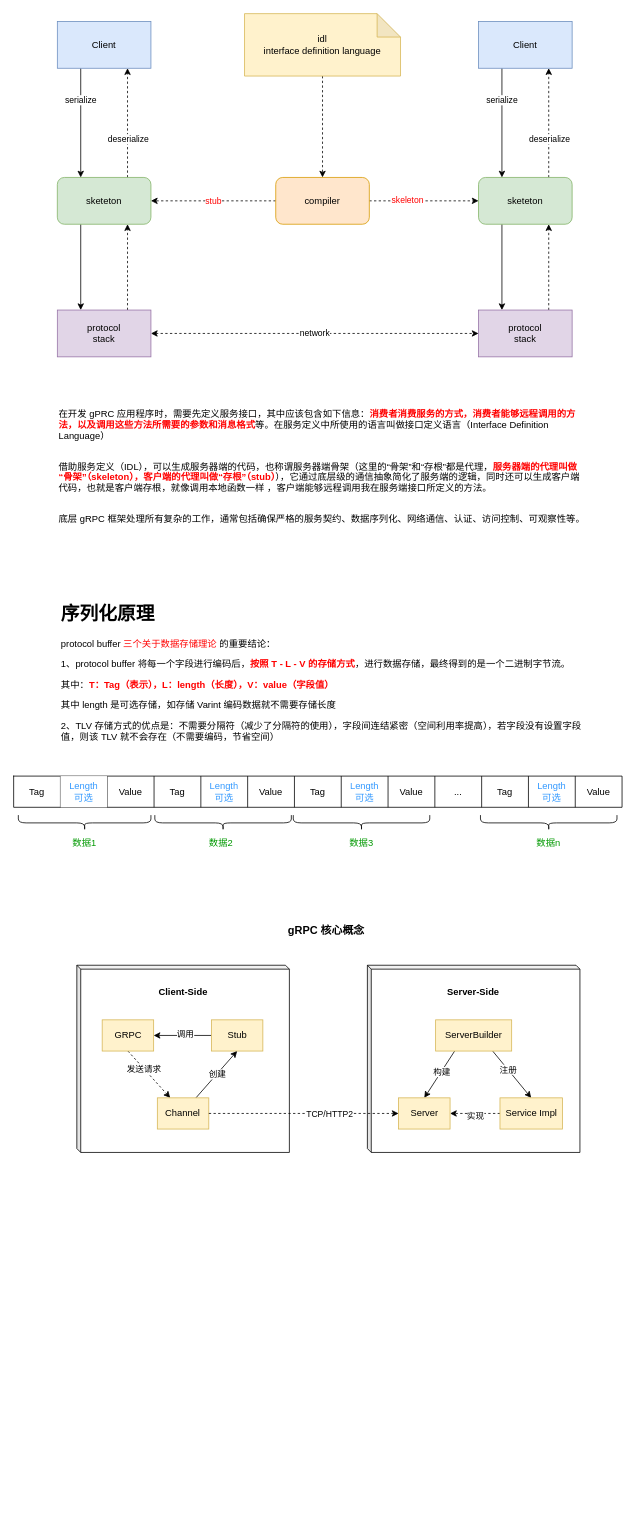
The draw.io diagram other/protobuf.drawio in thebesteric/draw.io, before the edit. Source tidied: cells renumbered, new cells numbered last; positions are measured from the earlier drawing's top-left corner, leaving out a move shared by most shapes. Both pictures are drawn from the tidied source at 78%, with x=0, y=0 at pixel (13, 13).
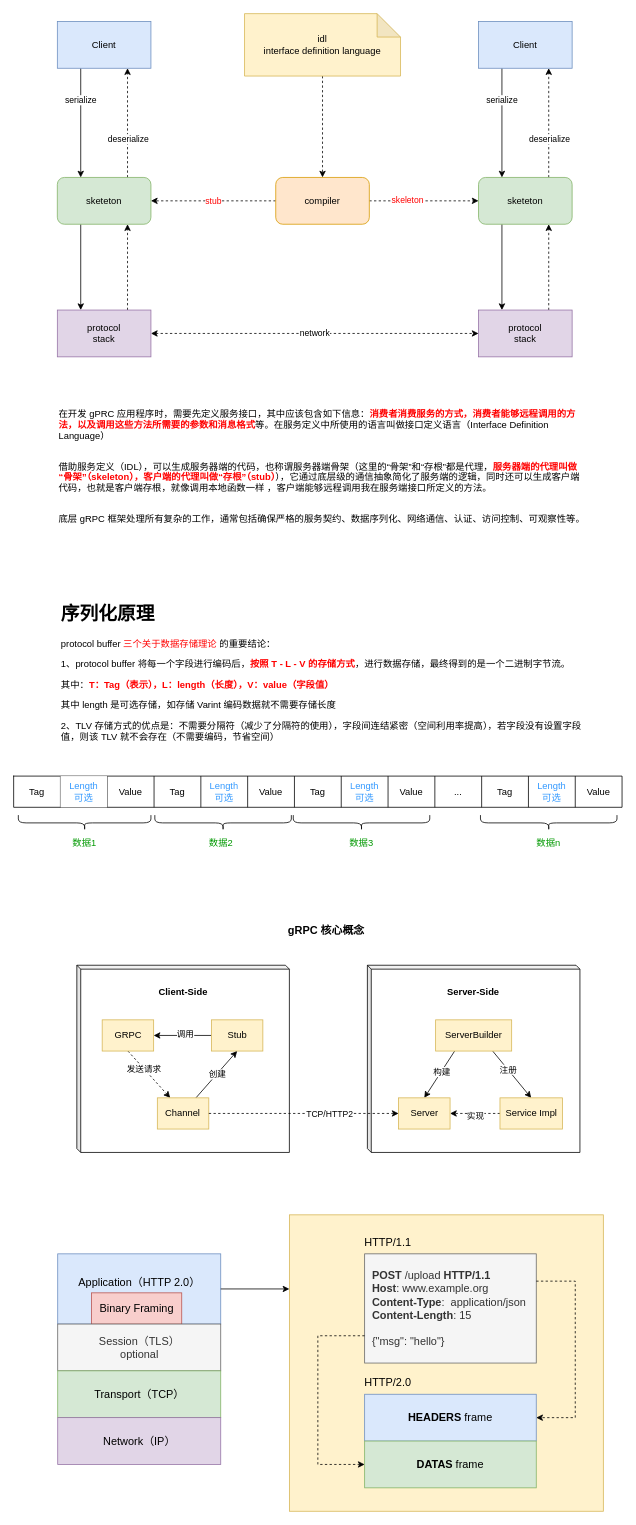
The same page after the edit.

Change to the diagram source:
```diff
@@
+    <mxCell id="79" style="group;" parent="1" vertex="1">
+      <mxGeometry x="56.5" y="1540" width="699.5" height="380" as="geometry" />
+    </mxCell>
+    <mxCell id="80" value="Application（HTTP 2.0）&lt;br&gt;&lt;br&gt;" style="rounded=0;whiteSpace=wrap;html=1;labelBackgroundColor=none;labelBorderColor=none;fontSize=14;fillColor=#dae8fc;strokeColor=#6c8ebf;" parent="79" vertex="1">
+      <mxGeometry y="50" width="209" height="90" as="geometry" />
+    </mxCell>
+    <mxCell id="81" value="Binary Framing" style="rounded=0;whiteSpace=wrap;html=1;labelBackgroundColor=none;labelBorderColor=none;fontSize=14;fillColor=#f8cecc;strokeColor=#b85450;" parent="79" vertex="1">
+      <mxGeometry x="43.2" y="100" width="115.8" height="40" as="geometry" />
+    </mxCell>
+    <mxCell id="82" value="Session（TLS）&lt;br&gt;optional" style="rounded=0;whiteSpace=wrap;html=1;labelBackgroundColor=none;labelBorderColor=none;fontSize=14;fontColor=#333333;fillColor=#f5f5f5;strokeColor=#666666;" parent="79" vertex="1">
+      <mxGeometry y="140" width="209" height="60" as="geometry" />
+    </mxCell>
+    <mxCell id="83" value="Transport（TCP）" style="rounded=0;whiteSpace=wrap;html=1;labelBackgroundColor=none;labelBorderColor=none;fontSize=14;fillColor=#d5e8d4;strokeColor=#82b366;" parent="79" vertex="1">
+      <mxGeometry y="200" width="209" height="60" as="geometry" />
+    </mxCell>
+    <mxCell id="84" value="Network（IP）" style="rounded=0;whiteSpace=wrap;html=1;labelBackgroundColor=none;labelBorderColor=none;fontSize=14;fillColor=#e1d5e7;strokeColor=#9673a6;" parent="79" vertex="1">
+      <mxGeometry y="260" width="209" height="60" as="geometry" />
+    </mxCell>
+    <mxCell id="85" style="rounded=0;whiteSpace=wrap;html=1;labelBackgroundColor=none;labelBorderColor=none;fontSize=14;fillColor=#fff2cc;strokeColor=#d6b656;" parent="79" vertex="1">
+      <mxGeometry x="297" width="402.5" height="380" as="geometry" />
+    </mxCell>
+    <mxCell id="86" style="edgeStyle=orthogonalEdgeStyle;rounded=0;jettySize=auto;html=1;exitX=1;exitY=0.5;exitDx=0;exitDy=0;entryX=0;entryY=0.25;entryDx=0;entryDy=0;fontSize=14;fontColor=#000000;" parent="79" edge="1" source="80" target="85">
+      <mxGeometry relative="1" as="geometry" />
+    </mxCell>
+    <mxCell id="87" value="&amp;nbsp; &lt;b&gt;POST&lt;/b&gt; /upload &lt;b&gt;HTTP/1.1&lt;/b&gt;&lt;br&gt;&amp;nbsp; &lt;b&gt;Host&lt;/b&gt;: www.example.org&lt;br&gt;&amp;nbsp; &lt;b&gt;Content-Type&lt;/b&gt;:&amp;nbsp; application/json&lt;br&gt;&amp;nbsp; &lt;b&gt;Content-Length&lt;/b&gt;: 15&lt;br&gt;&lt;br&gt;&amp;nbsp; {&quot;msg&quot;: &quot;hello&quot;}" style="rounded=0;whiteSpace=wrap;html=1;labelBackgroundColor=none;labelBorderColor=none;fontSize=14;fontColor=#333333;align=left;fillColor=#f5f5f5;strokeColor=#666666;" parent="79" vertex="1">
+      <mxGeometry x="393.5" y="50" width="220" height="140" as="geometry" />
+    </mxCell>
+    <mxCell id="88" value="&lt;b&gt;HEADERS&lt;/b&gt; frame" style="rounded=0;whiteSpace=wrap;html=1;labelBackgroundColor=none;labelBorderColor=none;fontSize=14;fillColor=#dae8fc;strokeColor=#6c8ebf;" parent="79" vertex="1">
+      <mxGeometry x="393.5" y="230" width="220" height="60" as="geometry" />
+    </mxCell>
+    <mxCell id="89" style="edgeStyle=orthogonalEdgeStyle;rounded=0;jettySize=auto;html=1;exitX=1;exitY=0.25;exitDx=0;exitDy=0;entryX=1;entryY=0.5;entryDx=0;entryDy=0;dashed=1;fontSize=14;fontColor=#000000;" parent="79" edge="1" source="87" target="88">
+      <mxGeometry relative="1" as="geometry">
+        <Array as="points">
+          <mxPoint x="663.5" y="85" />
+          <mxPoint x="663.5" y="260" />
+        </Array>
+      </mxGeometry>
+    </mxCell>
+    <mxCell id="90" value="&lt;b&gt;DATAS&lt;/b&gt; frame" style="rounded=0;whiteSpace=wrap;html=1;labelBackgroundColor=none;labelBorderColor=none;fontSize=14;fillColor=#d5e8d4;strokeColor=#82b366;" parent="79" vertex="1">
+      <mxGeometry x="393.5" y="290" width="220" height="60" as="geometry" />
+    </mxCell>
+    <mxCell id="91" style="edgeStyle=orthogonalEdgeStyle;rounded=0;jettySize=auto;html=1;exitX=0;exitY=0.75;exitDx=0;exitDy=0;dashed=1;fontSize=14;fontColor=#000000;entryX=0;entryY=0.5;entryDx=0;entryDy=0;" parent="79" edge="1" source="87" target="90">
+      <mxGeometry relative="1" as="geometry">
+        <Array as="points">
+          <mxPoint x="333.5" y="155" />
+          <mxPoint x="333.5" y="320" />
+        </Array>
+      </mxGeometry>
+    </mxCell>
+    <mxCell id="92" value="HTTP/1.1" style="text;html=1;strokeColor=none;fillColor=none;align=center;verticalAlign=middle;whiteSpace=wrap;rounded=0;labelBackgroundColor=none;labelBorderColor=none;fontSize=14;fontColor=#000000;" parent="79" vertex="1">
+      <mxGeometry x="393.5" y="20" width="60" height="30" as="geometry" />
+    </mxCell>
+    <mxCell id="93" value="HTTP/2.0" style="text;html=1;strokeColor=none;fillColor=none;align=center;verticalAlign=middle;whiteSpace=wrap;rounded=0;labelBackgroundColor=none;labelBorderColor=none;fontSize=14;fontColor=#000000;" parent="79" vertex="1">
+      <mxGeometry x="393.5" y="200" width="60" height="30" as="geometry" />
+    </mxCell>
```
